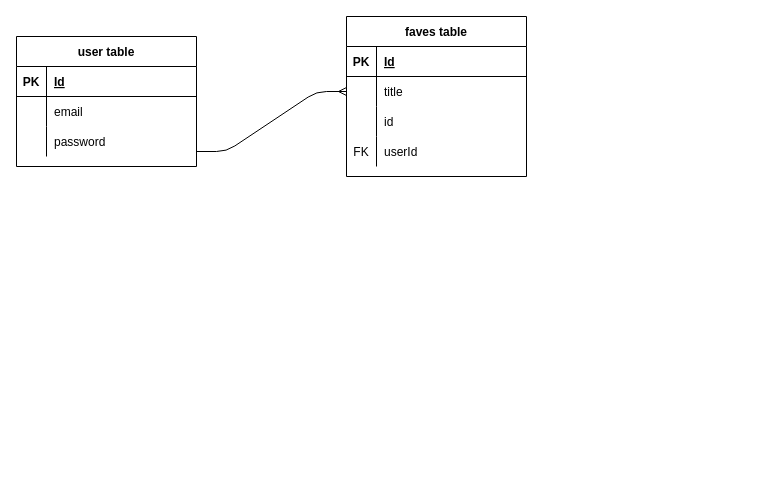
Earlier version of the draw.io diagram .drawio (OmgVal/Project-2). Source tidied: cells renumbered, new cells numbered last; positions are measured from the earlier drawing's top-left corner, leaving out a move shared by most shapes. Both pictures are drawn from the tidied source at 100%, with x=0, y=0 at pixel (16, 16).
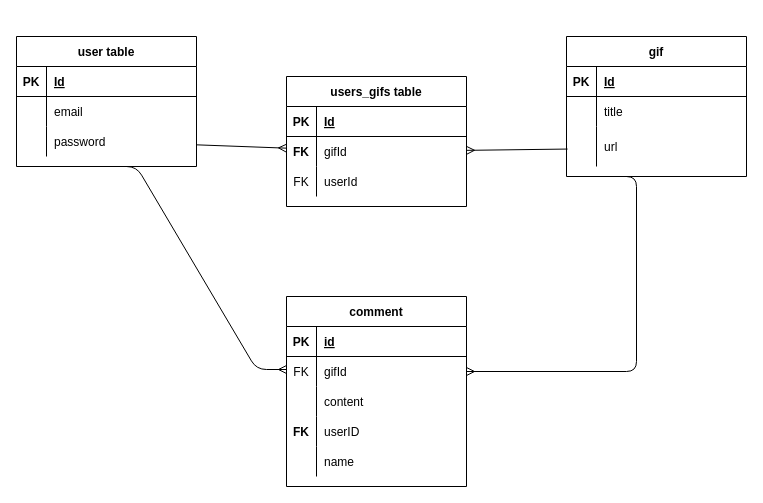
Above is the later version.

Unchanged cells that the change refers to:
```xml
<mxCell id="9" style="shape=partialRectangle;fillColor=none;top=0;left=0;bottom=0;right=0;points=[[0,0.5],[1,0.5]];portConstraint=eastwest;" parent="2" vertex="1">
  <mxGeometry y="90" width="180" height="30" as="geometry" />
</mxCell>
```

Change to the diagram source:
```diff
@@
-    <mxCell id="12" value="faves table" style="shape=table;startSize=30;childLayout=tableLayout;rowLines=0;fontStyle=1;align=center;" parent="1" vertex="1">
-      <mxGeometry x="330" width="180" height="160" as="geometry" />
+    <mxCell id="12" value="users_gifs table" style="shape=table;startSize=30;childLayout=tableLayout;rowLines=0;fontStyle=1;align=center;" parent="1" vertex="1">
+      <mxGeometry x="270" y="60" width="180" height="130" as="geometry" />
     </mxCell>
@@
-    <mxCell id="16" style="shape=partialRectangle;fillColor=none;top=0;left=0;bottom=0;right=0;points=[[0,0.5],[1,0.5]];portConstraint=eastwest;" parent="12" vertex="1">
-      <mxGeometry y="60" width="180" height="30" as="geometry" />
-    </mxCell>
-    <mxCell id="17" style="shape=partialRectangle;fillColor=none;top=0;left=0;bottom=0;right=0;overflow=hidden;" parent="16" vertex="1">
-      <mxGeometry width="30" height="30" as="geometry" />
-    </mxCell>
-    <mxCell id="18" value="title" style="shape=partialRectangle;fillColor=none;top=0;left=0;bottom=0;right=0;align=left;spacingLeft=6;overflow=hidden;" parent="16" vertex="1">
-      <mxGeometry x="30" width="150" height="30" as="geometry" />
-    </mxCell>
     <mxCell id="19" style="shape=partialRectangle;fillColor=none;top=0;left=0;bottom=0;right=0;points=[[0,0.5],[1,0.5]];portConstraint=eastwest;" parent="12" vertex="1">
-      <mxGeometry y="90" width="180" height="30" as="geometry" />
+      <mxGeometry y="60" width="180" height="30" as="geometry" />
     </mxCell>
-    <mxCell id="20" style="shape=partialRectangle;fillColor=none;top=0;left=0;bottom=0;right=0;overflow=hidden;" parent="19" vertex="1">
+    <mxCell id="20" value="FK" style="shape=partialRectangle;fillColor=none;top=0;left=0;bottom=0;right=0;overflow=hidden;fontStyle=1;" parent="19" vertex="1">
       <mxGeometry width="30" height="30" as="geometry" />
     </mxCell>
-    <mxCell id="21" value="id" style="shape=partialRectangle;fillColor=none;top=0;left=0;bottom=0;right=0;align=left;spacingLeft=6;overflow=hidden;" parent="19" vertex="1">
+    <mxCell id="21" value="gifId" style="shape=partialRectangle;fillColor=none;top=0;left=0;bottom=0;right=0;align=left;spacingLeft=6;overflow=hidden;" parent="19" vertex="1">
       <mxGeometry x="30" width="150" height="30" as="geometry" />
     </mxCell>
     <mxCell id="22" style="shape=partialRectangle;fillColor=none;top=0;left=0;bottom=0;right=0;" parent="12" vertex="1">
-      <mxGeometry y="120" width="180" height="30" as="geometry" />
+      <mxGeometry y="90" width="180" height="30" as="geometry" />
     </mxCell>
@@
-    <mxCell id="25" style="edgeStyle=entityRelationEdgeStyle;fontSize=12;html=1;endArrow=ERmany;entryX=0;entryY=0.5;entryDx=0;entryDy=0;" parent="1" edge="1" target="16">
-      <mxGeometry relative="1" as="geometry">
-        <mxPoint x="180" y="135" as="sourcePoint" />
-      </mxGeometry>
-    </mxCell>
+    <mxCell id="26" value="comment" style="shape=table;startSize=30;childLayout=tableLayout;rowLines=0;fontStyle=1;align=center;" parent="1" vertex="1">
+      <mxGeometry x="270" y="280" width="180" height="190" as="geometry" />
+    </mxCell>
+    <mxCell id="27" style="shape=partialRectangle;fillColor=none;top=0;left=0;bottom=1;right=0;" parent="26" vertex="1">
+      <mxGeometry y="30" width="180" height="30" as="geometry" />
+    </mxCell>
+    <mxCell id="28" value="PK" style="shape=partialRectangle;fillColor=none;top=0;left=0;bottom=0;right=0;fontStyle=1;overflow=hidden;" parent="27" vertex="1">
+      <mxGeometry width="30" height="30" as="geometry" />
+    </mxCell>
+    <mxCell id="29" value="id" style="shape=partialRectangle;fillColor=none;top=0;left=0;bottom=0;right=0;align=left;spacingLeft=6;fontStyle=5;overflow=hidden;" parent="27" vertex="1">
+      <mxGeometry x="30" width="150" height="30" as="geometry" />
+    </mxCell>
+    <mxCell id="30" style="shape=partialRectangle;fillColor=none;top=0;left=0;bottom=0;right=0;points=[[0,0.5],[1,0.5]];portConstraint=eastwest;" parent="26" vertex="1">
+      <mxGeometry y="60" width="180" height="30" as="geometry" />
+    </mxCell>
+    <mxCell id="31" value="FK" style="shape=partialRectangle;fillColor=none;top=0;left=0;bottom=0;right=0;overflow=hidden;" parent="30" vertex="1">
+      <mxGeometry width="30" height="30" as="geometry" />
+    </mxCell>
+    <mxCell id="32" value="gifId" style="shape=partialRectangle;fillColor=none;top=0;left=0;bottom=0;right=0;align=left;spacingLeft=6;overflow=hidden;" parent="30" vertex="1">
+      <mxGeometry x="30" width="150" height="30" as="geometry" />
+    </mxCell>
+    <mxCell id="33" style="shape=partialRectangle;fillColor=none;top=0;left=0;bottom=0;right=0;" parent="26" vertex="1">
+      <mxGeometry y="90" width="180" height="30" as="geometry" />
+    </mxCell>
+    <mxCell id="34" style="shape=partialRectangle;fillColor=none;top=0;left=0;bottom=0;right=0;overflow=hidden;" parent="33" vertex="1">
+      <mxGeometry width="30" height="30" as="geometry" />
+    </mxCell>
+    <mxCell id="35" value="content" style="shape=partialRectangle;fillColor=none;top=0;left=0;bottom=0;right=0;align=left;spacingLeft=6;overflow=hidden;" parent="33" vertex="1">
+      <mxGeometry x="30" width="150" height="30" as="geometry" />
+    </mxCell>
+    <mxCell id="36" style="shape=partialRectangle;fillColor=none;top=0;left=0;bottom=0;right=0;" parent="26" vertex="1">
+      <mxGeometry y="120" width="180" height="30" as="geometry" />
+    </mxCell>
+    <mxCell id="37" value="FK" style="shape=partialRectangle;fillColor=none;top=0;left=0;bottom=0;right=0;overflow=hidden;fontStyle=1;" parent="36" vertex="1">
+      <mxGeometry width="30" height="30" as="geometry" />
+    </mxCell>
+    <mxCell id="38" value="userID" style="shape=partialRectangle;fillColor=none;top=0;left=0;bottom=0;right=0;align=left;spacingLeft=6;overflow=hidden;" parent="36" vertex="1">
+      <mxGeometry x="30" width="150" height="30" as="geometry" />
+    </mxCell>
+    <mxCell id="39" style="shape=partialRectangle;fillColor=none;top=0;left=0;bottom=0;right=0;" parent="26" vertex="1">
+      <mxGeometry y="150" width="180" height="30" as="geometry" />
+    </mxCell>
+    <mxCell id="40" style="shape=partialRectangle;fillColor=none;top=0;left=0;bottom=0;right=0;overflow=hidden;fontStyle=1;" parent="39" vertex="1">
+      <mxGeometry width="30" height="30" as="geometry" />
+    </mxCell>
+    <mxCell id="41" value="name" style="shape=partialRectangle;fillColor=none;top=0;left=0;bottom=0;right=0;align=left;spacingLeft=6;overflow=hidden;" parent="39" vertex="1">
+      <mxGeometry x="30" width="150" height="30" as="geometry" />
+    </mxCell>
+    <mxCell id="42" value="gif" style="shape=table;startSize=30;childLayout=tableLayout;rowLines=0;fontStyle=1;align=center;" parent="1" vertex="1">
+      <mxGeometry x="550" y="20" width="180" height="140" as="geometry" />
+    </mxCell>
+    <mxCell id="43" style="shape=partialRectangle;fillColor=none;top=0;left=0;bottom=1;right=0;" parent="42" vertex="1">
+      <mxGeometry y="30" width="180" height="30" as="geometry" />
+    </mxCell>
+    <mxCell id="44" value="PK" style="shape=partialRectangle;fillColor=none;top=0;left=0;bottom=0;right=0;fontStyle=1;overflow=hidden;" parent="43" vertex="1">
+      <mxGeometry width="30" height="30" as="geometry" />
+    </mxCell>
+    <mxCell id="45" value="Id" style="shape=partialRectangle;fillColor=none;top=0;left=0;bottom=0;right=0;align=left;spacingLeft=6;fontStyle=5;overflow=hidden;" parent="43" vertex="1">
+      <mxGeometry x="30" width="150" height="30" as="geometry" />
+    </mxCell>
+    <mxCell id="46" style="shape=partialRectangle;fillColor=none;top=0;left=0;bottom=0;right=0;" parent="42" vertex="1">
+      <mxGeometry y="60" width="180" height="30" as="geometry" />
+    </mxCell>
+    <mxCell id="47" style="shape=partialRectangle;fillColor=none;top=0;left=0;bottom=0;right=0;overflow=hidden;" parent="46" vertex="1">
+      <mxGeometry width="30" height="30" as="geometry" />
+    </mxCell>
+    <mxCell id="18" value="title" style="shape=partialRectangle;fillColor=none;top=0;left=0;bottom=0;right=0;align=left;spacingLeft=6;overflow=hidden;" parent="46" vertex="1">
+      <mxGeometry x="30" width="150" height="30" as="geometry" />
+    </mxCell>
+    <mxCell id="48" style="shape=partialRectangle;fillColor=none;top=0;left=0;bottom=0;right=0;points=[[0,0.5],[1,0.5]];portConstraint=eastwest;" parent="42" vertex="1">
+      <mxGeometry y="90" width="180" height="40" as="geometry" />
+    </mxCell>
+    <mxCell id="49" style="shape=partialRectangle;fillColor=none;top=0;left=0;bottom=0;right=0;overflow=hidden;" parent="48" vertex="1">
+      <mxGeometry width="30" height="40" as="geometry" />
+    </mxCell>
+    <mxCell id="50" value="url" style="shape=partialRectangle;fillColor=none;top=0;left=0;bottom=0;right=0;align=left;spacingLeft=6;overflow=hidden;" parent="48" vertex="1">
+      <mxGeometry x="30" width="150" height="40" as="geometry" />
+    </mxCell>
+    <mxCell id="51" style="edgeStyle=entityRelationEdgeStyle;fontSize=12;html=1;endArrow=ERmany;" parent="1" edge="1">
+      <mxGeometry relative="1" as="geometry">
+        <mxPoint x="90" y="150" as="sourcePoint" />
+        <mxPoint x="270" y="353" as="targetPoint" />
+      </mxGeometry>
+    </mxCell>
+    <mxCell id="52" style="edgeStyle=entityRelationEdgeStyle;fontSize=12;html=1;endArrow=ERmany;" parent="1" edge="1" target="30">
+      <mxGeometry relative="1" as="geometry">
+        <mxPoint x="590" y="160" as="sourcePoint" />
+      </mxGeometry>
+    </mxCell>
+    <mxCell id="53" style="edgeStyle=none;html=1;endArrow=none;endFill=0;startArrow=ERmany;startFill=0;" parent="1" edge="1" source="19" target="9">
+      <mxGeometry relative="1" as="geometry" />
+    </mxCell>
+    <mxCell id="54" style="edgeStyle=none;html=1;entryX=0.006;entryY=0.564;entryDx=0;entryDy=0;entryPerimeter=0;endArrow=none;endFill=0;startArrow=ERmany;startFill=0;" parent="1" edge="1" source="19" target="48">
+      <mxGeometry relative="1" as="geometry" />
+    </mxCell>
```
